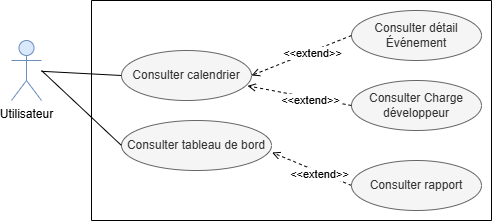
This is Images/Diagramme cas utilisationSuivre activité.drawio.png from rihab-dev/Rapport-PFE, a draw.io export, as it was before one commit. Source tidied: cells renumbered, new cells last; positions are measured from the earlier drawing's top-left corner, leaving out a move shared by most shapes. Source of this version:
```xml
<mxGraphModel>
  <root>
    <mxCell id="0" />
    <mxCell id="1" parent="0" />
    <mxCell id="2" value="Utilisateur" style="shape=umlActor;verticalLabelPosition=bottom;verticalAlign=top;html=1;outlineConnect=0;fillColor=#dae8fc;strokeColor=#6c8ebf;" parent="1" vertex="1">
      <mxGeometry y="40" width="30" height="60" as="geometry" />
    </mxCell>
    <mxCell id="3" value="Consulter calendrier" style="ellipse;whiteSpace=wrap;html=1;fillColor=#f5f5f5;fontColor=#333333;strokeColor=#666666;" parent="1" vertex="1">
      <mxGeometry x="110" y="50" width="130" height="50" as="geometry" />
    </mxCell>
    <mxCell id="4" value="Consulter détail Événement" style="ellipse;whiteSpace=wrap;html=1;fillColor=#f5f5f5;fontColor=#333333;strokeColor=#666666;" parent="1" vertex="1">
      <mxGeometry x="340" y="10" width="130" height="50" as="geometry" />
    </mxCell>
    <mxCell id="5" style="endArrow=open;html=1;rounded=0;exitX=0;exitY=0.5;exitDx=0;exitDy=0;entryX=1;entryY=0.5;entryDx=0;entryDy=0;endFill=0;dashed=1;" parent="1" edge="1" source="4" target="3">
      <mxGeometry relative="1" as="geometry" />
    </mxCell>
    <mxCell id="6" value="&amp;lt;&amp;lt;extend&amp;gt;&amp;gt;" style="edgeLabel;html=1;align=center;verticalAlign=middle;" parent="5" vertex="1">
      <mxGeometry x="-0.2" y="2" relative="1" as="geometry" />
    </mxCell>
    <mxCell id="7" style="endArrow=none;html=1;rounded=0;entryX=0;entryY=0.5;entryDx=0;entryDy=0;" parent="1" edge="1" source="2" target="3">
      <mxGeometry relative="1" as="geometry" />
    </mxCell>
    <mxCell id="8" value="Consulter Charge développeur" style="ellipse;whiteSpace=wrap;html=1;fillColor=#f5f5f5;fontColor=#333333;strokeColor=#666666;" parent="1" vertex="1">
      <mxGeometry x="340" y="80" width="130" height="50" as="geometry" />
    </mxCell>
    <mxCell id="9" style="endArrow=open;html=1;rounded=0;exitX=0;exitY=0.5;exitDx=0;exitDy=0;entryX=0.969;entryY=0.707;entryDx=0;entryDy=0;endFill=0;dashed=1;entryPerimeter=0;" parent="1" edge="1" source="8" target="3">
      <mxGeometry relative="1" as="geometry" />
    </mxCell>
    <mxCell id="10" value="&amp;lt;&amp;lt;extend&amp;gt;&amp;gt;" style="edgeLabel;html=1;align=center;verticalAlign=middle;" parent="9" vertex="1">
      <mxGeometry x="-0.2" y="2" relative="1" as="geometry" />
    </mxCell>
    <mxCell id="11" value="Consulter tableau de bord" style="ellipse;whiteSpace=wrap;html=1;fillColor=#f5f5f5;fontColor=#333333;strokeColor=#666666;" parent="1" vertex="1">
      <mxGeometry x="110" y="120" width="150" height="50" as="geometry" />
    </mxCell>
    <mxCell id="12" style="endArrow=none;html=1;rounded=0;entryX=0;entryY=0.5;entryDx=0;entryDy=0;" parent="1" edge="1" target="11">
      <mxGeometry relative="1" as="geometry">
        <mxPoint x="30" y="70" as="sourcePoint" />
      </mxGeometry>
    </mxCell>
    <mxCell id="13" style="endArrow=open;html=1;rounded=0;exitX=0;exitY=0.5;exitDx=0;exitDy=0;entryX=1.004;entryY=0.64;entryDx=0;entryDy=0;endFill=0;dashed=1;entryPerimeter=0;" parent="1" edge="1" source="16" target="11">
      <mxGeometry relative="1" as="geometry" />
    </mxCell>
    <mxCell id="14" value="&amp;lt;&amp;lt;extend&amp;gt;&amp;gt;" style="edgeLabel;html=1;align=center;verticalAlign=middle;" parent="13" vertex="1">
      <mxGeometry x="-0.2" y="2" relative="1" as="geometry" />
    </mxCell>
    <mxCell id="15" style="swimlane;startSize=0;" parent="1" vertex="1">
      <mxGeometry x="80" width="400" height="220" as="geometry" />
    </mxCell>
    <mxCell id="16" value="Consulter rapport" style="ellipse;whiteSpace=wrap;html=1;fillColor=#f5f5f5;fontColor=#333333;strokeColor=#666666;" parent="15" vertex="1">
      <mxGeometry x="260" y="160" width="130" height="50" as="geometry" />
    </mxCell>
  </root>
</mxGraphModel>
```
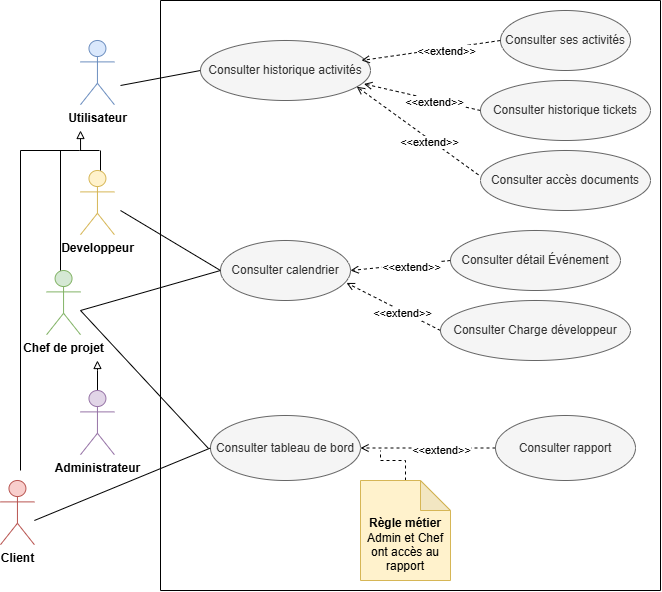
Later version of the same file.

Diff of the diagram source:
```diff
@@ -2,52 +2,158 @@
   <root>
     <mxCell id="0" />
     <mxCell id="1" parent="0" />
-    <mxCell id="2" value="Utilisateur" style="shape=umlActor;verticalLabelPosition=bottom;verticalAlign=top;html=1;outlineConnect=0;fillColor=#dae8fc;strokeColor=#6c8ebf;" parent="1" vertex="1">
-      <mxGeometry y="40" width="30" height="60" as="geometry" />
-    </mxCell>
+    <mxCell id="17" style="endArrow=none;html=1;rounded=0;entryX=0;entryY=0.5;entryDx=0;entryDy=0;" parent="1" edge="1" target="3">
+      <mxGeometry relative="1" as="geometry">
+        <mxPoint x="40" y="210" as="sourcePoint" />
+      </mxGeometry>
+    </mxCell>
+    <mxCell id="18" style="swimlane;startSize=0;" parent="1" vertex="1">
+      <mxGeometry x="80" width="500" height="590" as="geometry" />
+    </mxCell>
+    <mxCell id="16" value="Consulter rapport" style="ellipse;whiteSpace=wrap;html=1;fillColor=#f5f5f5;fontColor=#333333;strokeColor=#666666;" parent="18" vertex="1">
+      <mxGeometry x="335" y="415" width="140" height="65" as="geometry" />
+    </mxCell>
+    <mxCell id="11" value="Consulter tableau de bord" style="ellipse;whiteSpace=wrap;html=1;fillColor=#f5f5f5;fontColor=#333333;strokeColor=#666666;" parent="18" vertex="1">
+      <mxGeometry x="50" y="415" width="150" height="65" as="geometry" />
+    </mxCell>
+    <mxCell id="13" style="endArrow=open;html=1;rounded=0;exitX=0;exitY=0.5;exitDx=0;exitDy=0;entryX=1;entryY=0.5;entryDx=0;entryDy=0;endFill=0;dashed=1;" parent="18" edge="1" source="16" target="11">
+      <mxGeometry relative="1" as="geometry" />
+    </mxCell>
+    <mxCell id="19" value="&amp;lt;&amp;lt;extend&amp;gt;&amp;gt;" style="edgeLabel;html=1;align=center;verticalAlign=middle;" parent="13" vertex="1">
+      <mxGeometry x="-0.2" y="2" relative="1" as="geometry" />
+    </mxCell>
-    <mxCell id="3" value="Consulter calendrier" style="ellipse;whiteSpace=wrap;html=1;fillColor=#f5f5f5;fontColor=#333333;strokeColor=#666666;" parent="1" vertex="1">
-      <mxGeometry x="110" y="50" width="130" height="50" as="geometry" />
+    <mxCell id="3" value="Consulter calendrier" style="ellipse;whiteSpace=wrap;html=1;fillColor=#f5f5f5;fontColor=#333333;strokeColor=#666666;" parent="18" vertex="1">
+      <mxGeometry x="60" y="240" width="130" height="60" as="geometry" />
     </mxCell>
+    <mxCell id="20" style="edgeStyle=orthogonalEdgeStyle;rounded=0;jettySize=auto;html=1;endArrow=none;endFill=0;dashed=1;" parent="18" edge="1" source="21">
+      <mxGeometry relative="1" as="geometry">
+        <mxPoint x="220" y="450" as="targetPoint" />
+      </mxGeometry>
+    </mxCell>
+    <mxCell id="21" value="&lt;div&gt;&lt;b&gt;&lt;br&gt;&lt;/b&gt;&lt;/div&gt;&lt;b&gt;&lt;div&gt;&lt;b&gt;&lt;br&gt;&lt;/b&gt;&lt;/div&gt;Règle métier &lt;/b&gt;Admin et Chef ont accès au rapport" style="shape=note;whiteSpace=wrap;html=1;backgroundOutline=1;darkOpacity=0.05;fillColor=#fff2cc;strokeColor=#d6b656;" parent="18" vertex="1">
+      <mxGeometry x="200" y="480" width="90" height="100" as="geometry" />
+    </mxCell>
+    <mxCell id="8" value="Consulter Charge développeur" style="ellipse;whiteSpace=wrap;html=1;fillColor=#f5f5f5;fontColor=#333333;strokeColor=#666666;" parent="18" vertex="1">
+      <mxGeometry x="280" y="300" width="190" height="60" as="geometry" />
+    </mxCell>
+    <mxCell id="9" style="endArrow=open;html=1;rounded=0;exitX=0;exitY=0.5;exitDx=0;exitDy=0;entryX=0.969;entryY=0.707;entryDx=0;entryDy=0;endFill=0;dashed=1;entryPerimeter=0;" parent="18" edge="1" source="8" target="3">
+      <mxGeometry relative="1" as="geometry" />
+    </mxCell>
+    <mxCell id="22" value="&amp;lt;&amp;lt;extend&amp;gt;&amp;gt;" style="edgeLabel;html=1;align=center;verticalAlign=middle;" parent="9" vertex="1">
+      <mxGeometry x="-0.2" y="2" relative="1" as="geometry" />
+    </mxCell>
-    <mxCell id="4" value="Consulter détail Événement" style="ellipse;whiteSpace=wrap;html=1;fillColor=#f5f5f5;fontColor=#333333;strokeColor=#666666;" parent="1" vertex="1">
-      <mxGeometry x="340" y="10" width="130" height="50" as="geometry" />
+    <mxCell id="4" value="Consulter détail Événement" style="ellipse;whiteSpace=wrap;html=1;fillColor=#f5f5f5;fontColor=#333333;strokeColor=#666666;" parent="18" vertex="1">
+      <mxGeometry x="290" y="230" width="170" height="60" as="geometry" />
     </mxCell>
-    <mxCell id="5" style="endArrow=open;html=1;rounded=0;exitX=0;exitY=0.5;exitDx=0;exitDy=0;entryX=1;entryY=0.5;entryDx=0;entryDy=0;endFill=0;dashed=1;" parent="1" edge="1" source="4" target="3">
+    <mxCell id="5" style="endArrow=open;html=1;rounded=0;exitX=0;exitY=0.5;exitDx=0;exitDy=0;entryX=1;entryY=0.5;entryDx=0;entryDy=0;endFill=0;dashed=1;" parent="18" edge="1" source="4" target="3">
       <mxGeometry relative="1" as="geometry" />
     </mxCell>
-    <mxCell id="6" value="&amp;lt;&amp;lt;extend&amp;gt;&amp;gt;" style="edgeLabel;html=1;align=center;verticalAlign=middle;" parent="5" vertex="1">
-      <mxGeometry x="-0.2" y="2" relative="1" as="geometry" />
-    </mxCell>
-    <mxCell id="7" style="endArrow=none;html=1;rounded=0;entryX=0;entryY=0.5;entryDx=0;entryDy=0;" parent="1" edge="1" source="2" target="3">
-      <mxGeometry relative="1" as="geometry" />
-    </mxCell>
-    <mxCell id="8" value="Consulter Charge développeur" style="ellipse;whiteSpace=wrap;html=1;fillColor=#f5f5f5;fontColor=#333333;strokeColor=#666666;" parent="1" vertex="1">
-      <mxGeometry x="340" y="80" width="130" height="50" as="geometry" />
-    </mxCell>
-    <mxCell id="9" style="endArrow=open;html=1;rounded=0;exitX=0;exitY=0.5;exitDx=0;exitDy=0;entryX=0.969;entryY=0.707;entryDx=0;entryDy=0;endFill=0;dashed=1;entryPerimeter=0;" parent="1" edge="1" source="8" target="3">
-      <mxGeometry relative="1" as="geometry" />
-    </mxCell>
-    <mxCell id="10" value="&amp;lt;&amp;lt;extend&amp;gt;&amp;gt;" style="edgeLabel;html=1;align=center;verticalAlign=middle;" parent="9" vertex="1">
-      <mxGeometry x="-0.2" y="2" relative="1" as="geometry" />
-    </mxCell>
-    <mxCell id="11" value="Consulter tableau de bord" style="ellipse;whiteSpace=wrap;html=1;fillColor=#f5f5f5;fontColor=#333333;strokeColor=#666666;" parent="1" vertex="1">
-      <mxGeometry x="110" y="120" width="150" height="50" as="geometry" />
-    </mxCell>
-    <mxCell id="12" style="endArrow=none;html=1;rounded=0;entryX=0;entryY=0.5;entryDx=0;entryDy=0;" parent="1" edge="1" target="11">
-      <mxGeometry relative="1" as="geometry">
-        <mxPoint x="30" y="70" as="sourcePoint" />
-      </mxGeometry>
-    </mxCell>
-    <mxCell id="13" style="endArrow=open;html=1;rounded=0;exitX=0;exitY=0.5;exitDx=0;exitDy=0;entryX=1.004;entryY=0.64;entryDx=0;entryDy=0;endFill=0;dashed=1;entryPerimeter=0;" parent="1" edge="1" source="16" target="11">
-      <mxGeometry relative="1" as="geometry" />
-    </mxCell>
-    <mxCell id="14" value="&amp;lt;&amp;lt;extend&amp;gt;&amp;gt;" style="edgeLabel;html=1;align=center;verticalAlign=middle;" parent="13" vertex="1">
-      <mxGeometry x="-0.2" y="2" relative="1" as="geometry" />
-    </mxCell>
-    <mxCell id="15" style="swimlane;startSize=0;" parent="1" vertex="1">
-      <mxGeometry x="80" width="400" height="220" as="geometry" />
-    </mxCell>
-    <mxCell id="16" value="Consulter rapport" style="ellipse;whiteSpace=wrap;html=1;fillColor=#f5f5f5;fontColor=#333333;strokeColor=#666666;" parent="15" vertex="1">
-      <mxGeometry x="260" y="160" width="130" height="50" as="geometry" />
-    </mxCell>
+    <mxCell id="23" value="&amp;lt;&amp;lt;extend&amp;gt;&amp;gt;" style="edgeLabel;html=1;align=center;verticalAlign=middle;" parent="5" vertex="1">
+      <mxGeometry x="-0.2" y="2" relative="1" as="geometry" />
+    </mxCell>
+    <mxCell id="24" value="Consulter ses activités" style="ellipse;whiteSpace=wrap;html=1;fillColor=#f5f5f5;fontColor=#333333;strokeColor=#666666;" parent="18" vertex="1">
+      <mxGeometry x="340" y="10" width="130" height="60" as="geometry" />
+    </mxCell>
+    <mxCell id="25" value="&lt;p&gt;Consulter historique activités&lt;/p&gt;" style="ellipse;whiteSpace=wrap;html=1;fillColor=#f5f5f5;fontColor=#333333;strokeColor=#666666;" parent="18" vertex="1">
+      <mxGeometry x="40" y="40" width="170" height="60" as="geometry" />
+    </mxCell>
+    <mxCell id="26" value="Consulter accès documents" style="ellipse;whiteSpace=wrap;html=1;fillColor=#f5f5f5;fontColor=#333333;strokeColor=#666666;" parent="18" vertex="1">
+      <mxGeometry x="320" y="150" width="170" height="60" as="geometry" />
+    </mxCell>
+    <mxCell id="27" value="Consulter historique tickets" style="ellipse;whiteSpace=wrap;html=1;fillColor=#f5f5f5;fontColor=#333333;strokeColor=#666666;" parent="18" vertex="1">
+      <mxGeometry x="320" y="80" width="170" height="60" as="geometry" />
+    </mxCell>
+    <mxCell id="28" style="endArrow=open;html=1;rounded=0;exitX=0;exitY=0.5;exitDx=0;exitDy=0;endFill=0;dashed=1;entryX=0.947;entryY=0.333;entryDx=0;entryDy=0;entryPerimeter=0;" parent="18" edge="1" source="24" target="25">
+      <mxGeometry relative="1" as="geometry" />
+    </mxCell>
+    <mxCell id="29" value="&amp;lt;&amp;lt;extend&amp;gt;&amp;gt;" style="edgeLabel;html=1;align=center;verticalAlign=middle;" parent="28" vertex="1">
+      <mxGeometry x="-0.2" y="2" relative="1" as="geometry" />
+    </mxCell>
+    <mxCell id="30" style="endArrow=open;html=1;rounded=0;exitX=0;exitY=0.5;exitDx=0;exitDy=0;entryX=0.962;entryY=0.724;entryDx=0;entryDy=0;endFill=0;dashed=1;entryPerimeter=0;" parent="18" edge="1" source="27" target="25">
+      <mxGeometry relative="1" as="geometry" />
+    </mxCell>
+    <mxCell id="31" value="&amp;lt;&amp;lt;extend&amp;gt;&amp;gt;" style="edgeLabel;html=1;align=center;verticalAlign=middle;" parent="30" vertex="1">
+      <mxGeometry x="-0.2" y="2" relative="1" as="geometry" />
+    </mxCell>
+    <mxCell id="32" style="endArrow=open;html=1;rounded=0;exitX=-0.012;exitY=0.406;exitDx=0;exitDy=0;entryX=0.919;entryY=0.77;entryDx=0;entryDy=0;endFill=0;dashed=1;entryPerimeter=0;exitPerimeter=0;" parent="18" edge="1" source="26" target="25">
+      <mxGeometry relative="1" as="geometry" />
+    </mxCell>
+    <mxCell id="33" value="&amp;lt;&amp;lt;extend&amp;gt;&amp;gt;" style="edgeLabel;html=1;align=center;verticalAlign=middle;" parent="32" vertex="1">
+      <mxGeometry x="-0.2" y="2" relative="1" as="geometry" />
+    </mxCell>
+    <mxCell id="2" value="&lt;b&gt;Utilisateur&lt;/b&gt;" style="shape=umlActor;verticalLabelPosition=bottom;verticalAlign=top;html=1;outlineConnect=0;fillColor=#dae8fc;strokeColor=#6c8ebf;" parent="1" vertex="1">
+      <mxGeometry y="40" width="33.9" height="64.2" as="geometry" />
+    </mxCell>
+    <mxCell id="34" style="edgeStyle=orthogonalEdgeStyle;rounded=0;orthogonalLoop=1;jettySize=auto;html=1;endArrow=block;endFill=0;" parent="1" edge="1">
+      <mxGeometry relative="1" as="geometry">
+        <mxPoint x="0.1" y="150" as="sourcePoint" />
+        <mxPoint y="130" as="targetPoint" />
+      </mxGeometry>
+    </mxCell>
+    <mxCell id="35" value="&lt;b&gt;Developpeur&lt;/b&gt;" style="shape=umlActor;verticalLabelPosition=bottom;verticalAlign=top;html=1;fillColor=#fff2cc;strokeColor=#d6b656;" parent="1" vertex="1">
+      <mxGeometry y="170" width="33.9" height="64.2" as="geometry" />
+    </mxCell>
+    <mxCell id="36" value="&lt;b&gt;Chef de projet&lt;/b&gt;" style="shape=umlActor;verticalLabelPosition=bottom;verticalAlign=top;html=1;fillColor=#d5e8d4;strokeColor=#82b366;" parent="1" vertex="1">
+      <mxGeometry x="-33.9" y="270" width="33.9" height="64.2" as="geometry" />
+    </mxCell>
+    <mxCell id="37" style="edgeStyle=orthogonalEdgeStyle;rounded=0;jettySize=auto;html=1;endArrow=block;endFill=0;" parent="1" edge="1" source="38">
+      <mxGeometry relative="1" as="geometry">
+        <mxPoint x="16.9" y="360" as="targetPoint" />
+      </mxGeometry>
+    </mxCell>
+    <mxCell id="38" value="&lt;b&gt;Administrateur&lt;/b&gt;" style="shape=umlActor;verticalLabelPosition=bottom;verticalAlign=top;html=1;outlineConnect=0;fillColor=#e1d5e7;strokeColor=#9673a6;" parent="1" vertex="1">
+      <mxGeometry y="390" width="33.9" height="64.2" as="geometry" />
+    </mxCell>
+    <mxCell id="39" style="endArrow=none;html=1;rounded=0;" parent="1" edge="1">
+      <mxGeometry relative="1" as="geometry">
+        <mxPoint x="-60" y="150" as="sourcePoint" />
+        <mxPoint x="19" y="150" as="targetPoint" />
+        <Array as="points">
+          <mxPoint x="-1" y="150" />
+        </Array>
+      </mxGeometry>
+    </mxCell>
+    <mxCell id="40" style="endArrow=none;html=1;rounded=0;" parent="1" edge="1">
+      <mxGeometry relative="1" as="geometry">
+        <mxPoint x="-20" y="270" as="sourcePoint" />
+        <mxPoint x="-20" y="150" as="targetPoint" />
+      </mxGeometry>
+    </mxCell>
+    <mxCell id="41" style="endArrow=none;html=1;rounded=0;" parent="1" edge="1">
+      <mxGeometry relative="1" as="geometry">
+        <mxPoint x="20" y="170" as="sourcePoint" />
+        <mxPoint x="20" y="150" as="targetPoint" />
+      </mxGeometry>
+    </mxCell>
+    <mxCell id="42" value="&lt;b&gt;Client&lt;/b&gt;" style="shape=umlActor;verticalLabelPosition=bottom;verticalAlign=top;html=1;fillColor=#f8cecc;strokeColor=#b85450;" parent="1" vertex="1">
+      <mxGeometry x="-80" y="480" width="33.9" height="64.2" as="geometry" />
+    </mxCell>
+    <mxCell id="43" style="endArrow=none;html=1;rounded=0;" parent="1" edge="1">
+      <mxGeometry relative="1" as="geometry">
+        <mxPoint x="-60" y="470" as="sourcePoint" />
+        <mxPoint x="-60" y="150" as="targetPoint" />
+      </mxGeometry>
+    </mxCell>
+    <mxCell id="44" style="endArrow=none;html=1;rounded=0;entryX=0;entryY=0.5;entryDx=0;entryDy=0;" parent="1" edge="1" target="3">
+      <mxGeometry relative="1" as="geometry">
+        <mxPoint y="310" as="sourcePoint" />
+      </mxGeometry>
+    </mxCell>
+    <mxCell id="45" style="endArrow=none;html=1;rounded=0;" parent="1" edge="1">
+      <mxGeometry relative="1" as="geometry">
+        <mxPoint y="310" as="sourcePoint" />
+        <mxPoint x="128" y="448" as="targetPoint" />
+      </mxGeometry>
+    </mxCell>
+    <mxCell id="46" style="endArrow=none;html=1;rounded=0;entryX=0;entryY=0.5;entryDx=0;entryDy=0;" parent="1" edge="1" target="11">
+      <mxGeometry relative="1" as="geometry">
+        <mxPoint x="-46.1" y="520" as="sourcePoint" />
+      </mxGeometry>
+    </mxCell>
+    <mxCell id="47" style="endArrow=none;html=1;rounded=0;entryX=0;entryY=0.5;entryDx=0;entryDy=0;" parent="1" edge="1" target="25">
+      <mxGeometry relative="1" as="geometry">
+        <mxPoint x="40" y="85" as="sourcePoint" />
+      </mxGeometry>
+    </mxCell>
   </root>
 </mxGraphModel>
```
